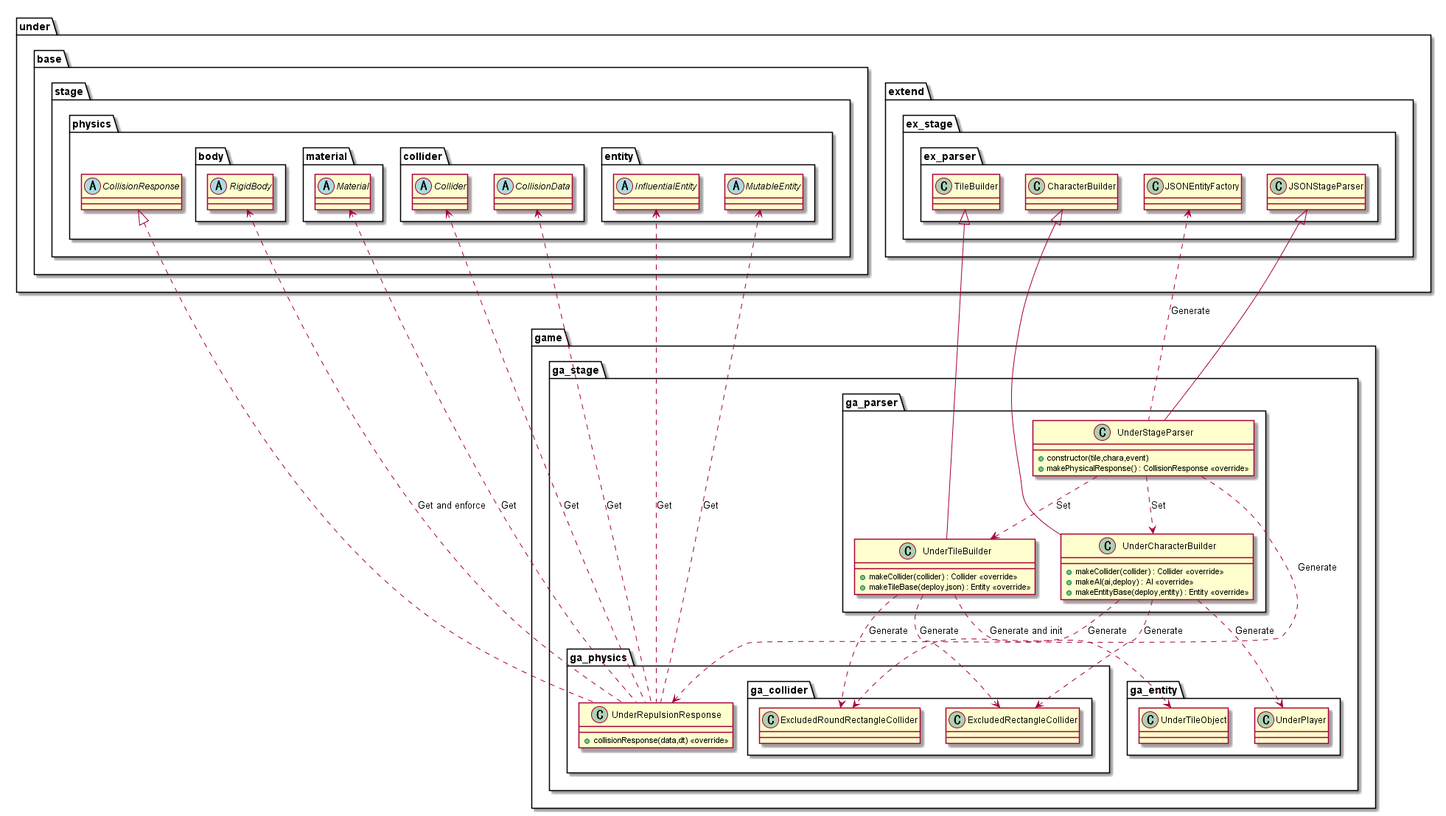
This is out/uml/stage/Game/StageGame.png from Expine/Under, a PlantUML export, as it was before one commit.
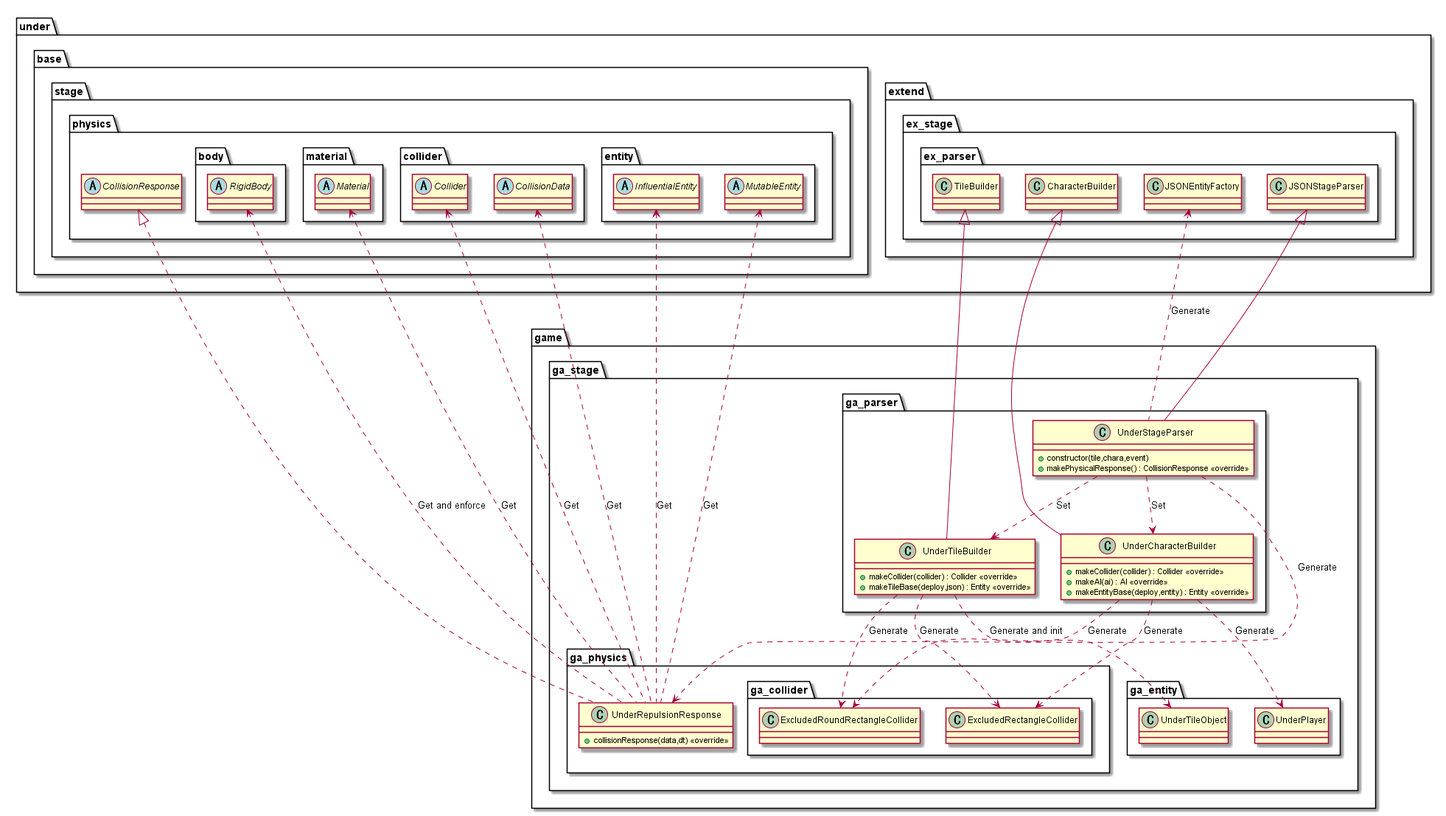
The same diagram one commit later.

Change to the diagram source:
```diff
@@ -13,7 +13,7 @@
             }
             class UnderCharacterBuilder {
                 +makeCollider(collider) : Collider <<override>>
-                +makeAI(ai,deploy) : AI <<override>>
+                +makeAI(ai) : AI <<override>>
                 +makeEntityBase(deploy,entity) : Entity <<override>>
             }
         }
```
